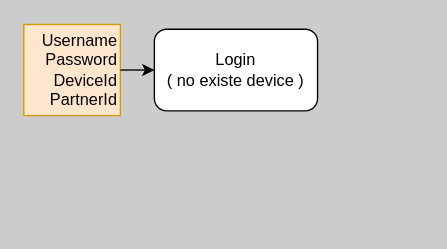
This is Nuevo Proceso User API.drawio from notariopablomarcelo/intermex, a draw.io file, before an edit. Source tidied: cells renumbered, new cells numbered last; positions are measured from the earlier drawing's top-left corner, leaving out a move shared by most shapes. Both pictures are drawn from the tidied source at 136%, with x=0, y=0 at pixel (23, 23).
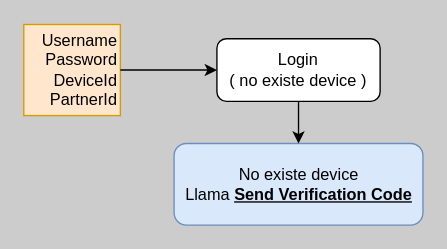
Above is the later version.

Change to the diagram source:
```diff
@@
 <mxGraphModel background="#CCCCCC">
   <root>
     <mxCell id="0" />
     <mxCell id="1" parent="0" />
     <mxCell id="2" value="Login&lt;br&gt;( no existe device )" style="rounded=1;whiteSpace=wrap;html=1;labelBackgroundColor=none;" parent="1" vertex="1">
-      <mxGeometry x="96" y="4" width="120" height="60" as="geometry" />
+      <mxGeometry x="142" y="11" width="120" height="46" as="geometry" />
     </mxCell>
     <mxCell id="3" value="Username&lt;br&gt;Password&lt;br&gt;DeviceId&lt;br&gt;PartnerId" style="text;html=1;strokeColor=#d79b00;fillColor=#ffe6cc;align=right;verticalAlign=middle;whiteSpace=wrap;rounded=0;" parent="1" vertex="1">
       <mxGeometry y="0.5" width="71" height="67" as="geometry" />
     </mxCell>
     <mxCell id="4" style="endArrow=classic;html=1;rounded=1;exitX=1;exitY=0.5;exitDx=0;exitDy=0;entryX=0;entryY=0.5;entryDx=0;entryDy=0;" parent="1" edge="1" source="3" target="2">
       <mxGeometry relative="1" as="geometry" />
     </mxCell>
+    <mxCell id="5" value="No existe device&lt;br&gt;Llama &lt;b&gt;&lt;u&gt;Send Verification Code&lt;/u&gt;&lt;/b&gt;" style="rounded=1;whiteSpace=wrap;html=1;fillColor=#dae8fc;strokeColor=#6c8ebf;" parent="1" vertex="1">
+      <mxGeometry x="110.5" y="88" width="183" height="60" as="geometry" />
+    </mxCell>
+    <mxCell id="6" style="endArrow=classic;html=1;rounded=1;exitX=0.5;exitY=1;exitDx=0;exitDy=0;entryX=0.5;entryY=0;entryDx=0;entryDy=0;" parent="1" edge="1" source="2" target="5">
+      <mxGeometry relative="1" as="geometry" />
+    </mxCell>
   </root>
 </mxGraphModel>
```
